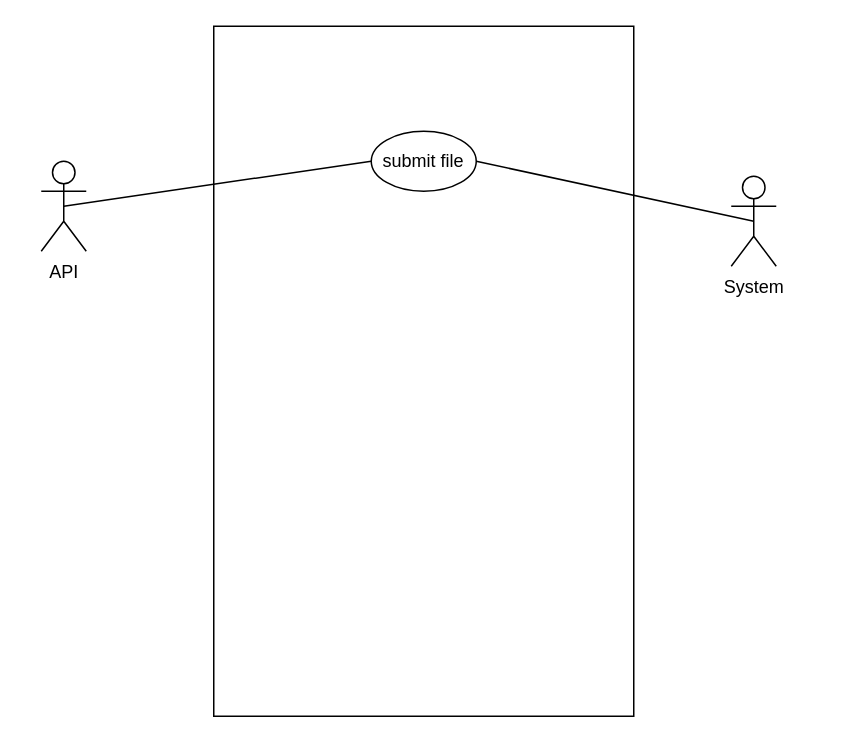
Above: LukeUseCase.drawio in nightmarlin/socia11y (draw.io), before the change. Source tidied: cells renumbered, new cells numbered last; positions are measured from the earlier drawing's top-left corner, leaving out a move shared by most shapes. Both pictures are drawn from the tidied source at 150%, with x=0, y=0 at pixel (40, 26).
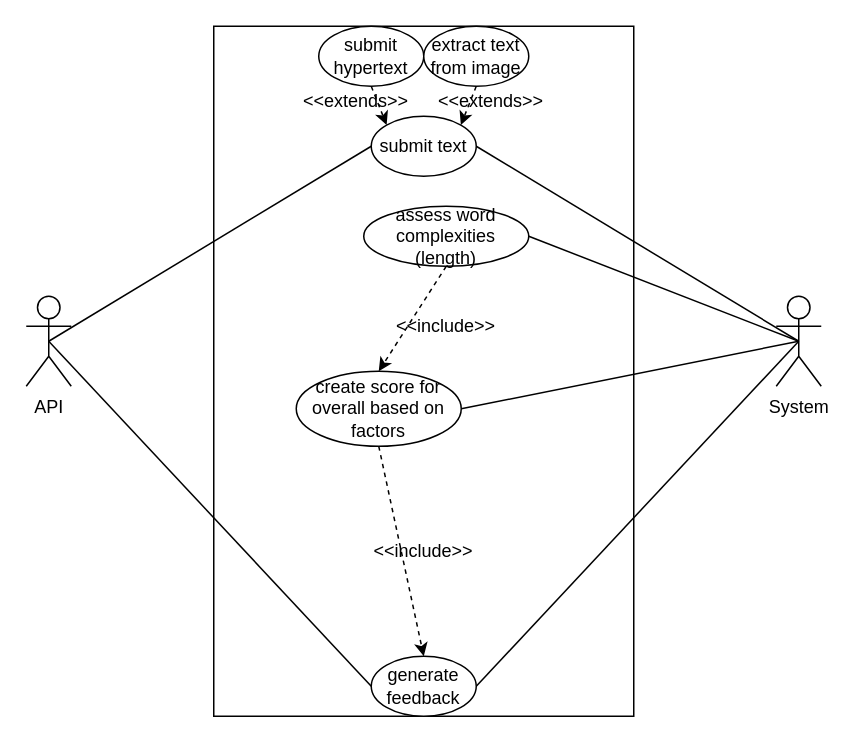
Above is the later version.

Commit message:
begun making the diagram for the use case for text analysis by the backend system

Diff of the diagram source:
```diff
@@
+    <mxCell id="8" style="edgeStyle=none;rounded=0;jettySize=auto;html=1;exitX=0.5;exitY=0.5;exitDx=0;exitDy=0;exitPerimeter=0;entryX=0;entryY=0.5;entryDx=0;entryDy=0;endArrow=none;endFill=0;" parent="1" edge="1" source="4" target="18">
+      <mxGeometry relative="1" as="geometry" />
+    </mxCell>
     <mxCell id="4" value="API" style="shape=umlActor;verticalLabelPosition=bottom;verticalAlign=top;html=1;outlineConnect=0;" parent="1" vertex="1">
-      <mxGeometry y="90" width="30" height="60" as="geometry" />
+      <mxGeometry x="-10" y="180" width="30" height="60" as="geometry" />
     </mxCell>
@@
+    <mxCell id="9" style="edgeStyle=none;rounded=0;jettySize=auto;html=1;exitX=0.5;exitY=0.5;exitDx=0;exitDy=0;exitPerimeter=0;entryX=1;entryY=0.5;entryDx=0;entryDy=0;endArrow=none;endFill=0;" parent="1" edge="1" source="6" target="18">
+      <mxGeometry relative="1" as="geometry" />
+    </mxCell>
+    <mxCell id="10" style="edgeStyle=none;rounded=0;jettySize=auto;html=1;exitX=0.5;exitY=0.5;exitDx=0;exitDy=0;exitPerimeter=0;entryX=1;entryY=0.5;entryDx=0;entryDy=0;endArrow=none;endFill=0;" parent="1" edge="1" source="6" target="20">
+      <mxGeometry relative="1" as="geometry" />
+    </mxCell>
+    <mxCell id="11" style="edgeStyle=none;rounded=0;jettySize=auto;html=1;exitX=0.5;exitY=0.5;exitDx=0;exitDy=0;exitPerimeter=0;entryX=1;entryY=0.5;entryDx=0;entryDy=0;endArrow=none;endFill=0;" parent="1" edge="1" source="6" target="22">
+      <mxGeometry relative="1" as="geometry" />
+    </mxCell>
     <mxCell id="6" value="System" style="shape=umlActor;verticalLabelPosition=bottom;verticalAlign=top;html=1;outlineConnect=0;" parent="1" vertex="1">
-      <mxGeometry x="460" y="100" width="30" height="60" as="geometry" />
+      <mxGeometry x="490" y="180" width="30" height="60" as="geometry" />
     </mxCell>
-    <mxCell id="7" value="submit file" style="ellipse;whiteSpace=wrap;html=1;" parent="1" vertex="1">
-      <mxGeometry x="220" y="70" width="70" height="40" as="geometry" />
+    <mxCell id="7" value="submit text" style="ellipse;whiteSpace=wrap;html=1;" parent="1" vertex="1">
+      <mxGeometry x="220" y="60" width="70" height="40" as="geometry" />
     </mxCell>
+    <mxCell id="12" style="edgeStyle=none;rounded=0;jettySize=auto;html=1;exitX=0.5;exitY=1;exitDx=0;exitDy=0;entryX=0;entryY=0;entryDx=0;entryDy=0;endArrow=classic;endFill=1;dashed=1;" parent="1" edge="1" source="13" target="7">
+      <mxGeometry relative="1" as="geometry" />
+    </mxCell>
+    <mxCell id="13" value="submit hypertext" style="ellipse;whiteSpace=wrap;html=1;" parent="1" vertex="1">
+      <mxGeometry x="185" width="70" height="40" as="geometry" />
+    </mxCell>
+    <mxCell id="14" style="edgeStyle=none;rounded=0;jettySize=auto;html=1;exitX=0.5;exitY=1;exitDx=0;exitDy=0;entryX=1;entryY=0;entryDx=0;entryDy=0;endArrow=classic;endFill=1;dashed=1;" parent="1" edge="1" source="15" target="7">
+      <mxGeometry relative="1" as="geometry" />
+    </mxCell>
+    <mxCell id="15" value="extract text from image" style="ellipse;whiteSpace=wrap;html=1;" parent="1" vertex="1">
+      <mxGeometry x="255" width="70" height="40" as="geometry" />
+    </mxCell>
+    <mxCell id="16" value="&amp;lt;&amp;lt;extends&amp;gt;&amp;gt;" style="text;html=1;strokeColor=none;fillColor=none;align=center;verticalAlign=middle;whiteSpace=wrap;rounded=0;" parent="1" vertex="1">
+      <mxGeometry x="190" y="40" width="40" height="20" as="geometry" />
+    </mxCell>
+    <mxCell id="17" value="&amp;lt;&amp;lt;extends&amp;gt;&amp;gt;" style="text;html=1;strokeColor=none;fillColor=none;align=center;verticalAlign=middle;whiteSpace=wrap;rounded=0;" parent="1" vertex="1">
+      <mxGeometry x="280" y="40" width="40" height="20" as="geometry" />
+    </mxCell>
+    <mxCell id="18" value="generate feedback" style="ellipse;whiteSpace=wrap;html=1;" parent="1" vertex="1">
+      <mxGeometry x="220" y="420" width="70" height="40" as="geometry" />
+    </mxCell>
+    <mxCell id="19" style="edgeStyle=none;rounded=0;jettySize=auto;html=1;exitX=0.5;exitY=1;exitDx=0;exitDy=0;entryX=0.5;entryY=0;entryDx=0;entryDy=0;dashed=1;endArrow=classic;endFill=1;" parent="1" edge="1" source="20" target="22">
+      <mxGeometry relative="1" as="geometry" />
+    </mxCell>
+    <mxCell id="20" value="assess word complexities (length)" style="ellipse;whiteSpace=wrap;html=1;" parent="1" vertex="1">
+      <mxGeometry x="215" y="120" width="110" height="40" as="geometry" />
+    </mxCell>
+    <mxCell id="21" style="edgeStyle=none;rounded=0;jettySize=auto;html=1;exitX=0.5;exitY=1;exitDx=0;exitDy=0;entryX=0.5;entryY=0;entryDx=0;entryDy=0;endArrow=classic;endFill=1;dashed=1;" parent="1" edge="1" source="22" target="18">
+      <mxGeometry relative="1" as="geometry" />
+    </mxCell>
+    <mxCell id="22" value="create score for overall based on factors" style="ellipse;whiteSpace=wrap;html=1;" parent="1" vertex="1">
+      <mxGeometry x="170" y="230" width="110" height="50" as="geometry" />
+    </mxCell>
+    <mxCell id="23" value="&amp;lt;&amp;lt;include&amp;gt;&amp;gt;" style="text;html=1;strokeColor=none;fillColor=none;align=center;verticalAlign=middle;whiteSpace=wrap;rounded=0;" parent="1" vertex="1">
+      <mxGeometry x="235" y="340" width="40" height="20" as="geometry" />
+    </mxCell>
+    <mxCell id="24" value="&amp;lt;&amp;lt;include&amp;gt;&amp;gt;" style="text;html=1;strokeColor=none;fillColor=none;align=center;verticalAlign=middle;whiteSpace=wrap;rounded=0;" parent="1" vertex="1">
+      <mxGeometry x="250" y="190" width="40" height="20" as="geometry" />
+    </mxCell>
```
